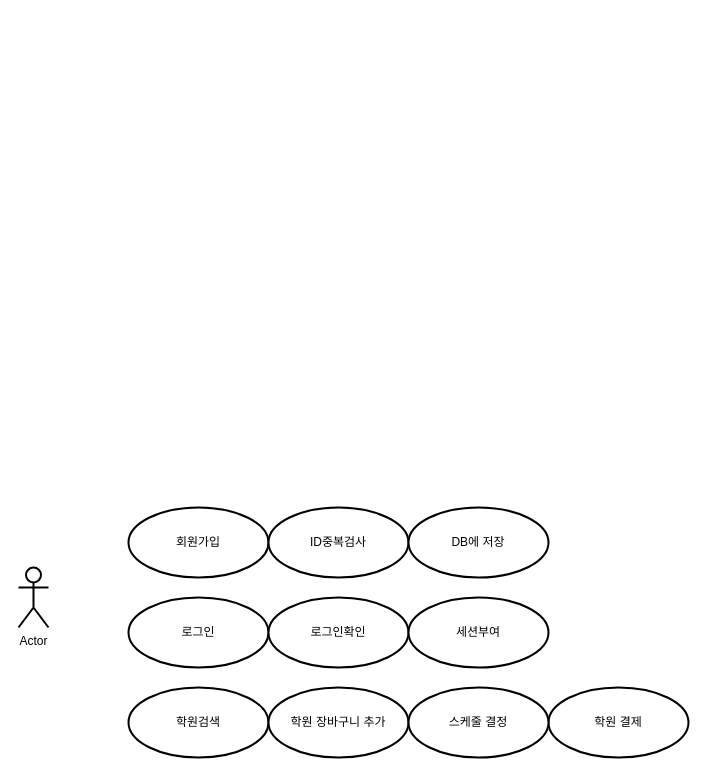
Before: page "레이아웃별, 로그인 회원가입" (3 of 3) of 프로젝트.drawio in minuk0506/BIz_DBMS_2022, a draw.io diagram. Source tidied: cells renumbered, new cells numbered last; positions are measured from the earlier drawing's top-left corner, leaving out a move shared by most shapes. Both pictures are drawn from the tidied source at 100%, with x=0, y=0 at pixel (18, 507).
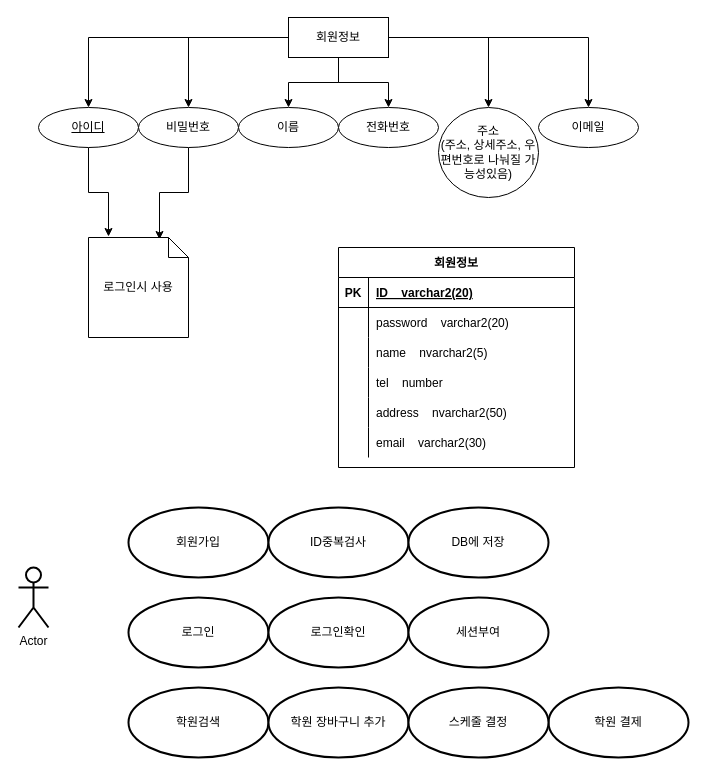
The same page after the edit.

The edit, as a diff of the source:
```diff
@@
+    <mxCell id="13" style="edgeStyle=orthogonalEdgeStyle;rounded=0;jettySize=auto;html=1;entryX=0.5;entryY=0;entryDx=0;entryDy=0;" parent="1" edge="1" source="19" target="21">
+      <mxGeometry relative="1" as="geometry" />
+    </mxCell>
+    <mxCell id="14" style="edgeStyle=orthogonalEdgeStyle;rounded=0;jettySize=auto;html=1;entryX=0.5;entryY=0;entryDx=0;entryDy=0;" parent="1" edge="1" source="19" target="27">
+      <mxGeometry relative="1" as="geometry" />
+    </mxCell>
+    <mxCell id="15" style="edgeStyle=orthogonalEdgeStyle;rounded=0;jettySize=auto;html=1;entryX=0.5;entryY=0;entryDx=0;entryDy=0;" parent="1" edge="1" source="19" target="23">
+      <mxGeometry relative="1" as="geometry" />
+    </mxCell>
+    <mxCell id="16" style="edgeStyle=orthogonalEdgeStyle;rounded=0;jettySize=auto;html=1;entryX=0.5;entryY=0;entryDx=0;entryDy=0;" parent="1" edge="1" source="19" target="26">
+      <mxGeometry relative="1" as="geometry" />
+    </mxCell>
+    <mxCell id="17" style="edgeStyle=orthogonalEdgeStyle;rounded=0;jettySize=auto;html=1;entryX=0.5;entryY=0;entryDx=0;entryDy=0;" parent="1" edge="1" source="19" target="24">
+      <mxGeometry relative="1" as="geometry" />
+    </mxCell>
+    <mxCell id="18" style="edgeStyle=orthogonalEdgeStyle;rounded=0;jettySize=auto;html=1;entryX=0.5;entryY=0;entryDx=0;entryDy=0;" parent="1" edge="1" source="19" target="25">
+      <mxGeometry relative="1" as="geometry" />
+    </mxCell>
+    <mxCell id="19" value="회원정보" style="whiteSpace=wrap;html=1;align=center;" parent="1" vertex="1">
+      <mxGeometry x="270" y="-490" width="100" height="40" as="geometry" />
+    </mxCell>
+    <mxCell id="20" style="edgeStyle=orthogonalEdgeStyle;rounded=0;jettySize=auto;html=1;entryX=0.2;entryY=-0.01;entryDx=0;entryDy=0;entryPerimeter=0;" parent="1" edge="1" source="21" target="28">
+      <mxGeometry relative="1" as="geometry" />
+    </mxCell>
+    <mxCell id="21" value="아이디" style="ellipse;whiteSpace=wrap;html=1;align=center;fontStyle=4;" parent="1" vertex="1">
+      <mxGeometry x="20" y="-400" width="100" height="40" as="geometry" />
+    </mxCell>
+    <mxCell id="22" style="edgeStyle=orthogonalEdgeStyle;rounded=0;jettySize=auto;html=1;entryX=0.71;entryY=0.02;entryDx=0;entryDy=0;entryPerimeter=0;" parent="1" edge="1" source="23" target="28">
+      <mxGeometry relative="1" as="geometry" />
+    </mxCell>
+    <mxCell id="23" value="비밀번호" style="ellipse;whiteSpace=wrap;html=1;align=center;" parent="1" vertex="1">
+      <mxGeometry x="120" y="-400" width="100" height="40" as="geometry" />
+    </mxCell>
+    <mxCell id="24" value="이름" style="ellipse;whiteSpace=wrap;html=1;align=center;" parent="1" vertex="1">
+      <mxGeometry x="220" y="-400" width="100" height="40" as="geometry" />
+    </mxCell>
+    <mxCell id="25" value="전화번호" style="ellipse;whiteSpace=wrap;html=1;align=center;" parent="1" vertex="1">
+      <mxGeometry x="320" y="-400" width="100" height="40" as="geometry" />
+    </mxCell>
+    <mxCell id="26" value="주소&lt;br&gt;(주소, 상세주소, 우편번호로 나눠질 가능성있음)" style="ellipse;whiteSpace=wrap;html=1;align=center;" parent="1" vertex="1">
+      <mxGeometry x="420" y="-400" width="100" height="90" as="geometry" />
+    </mxCell>
+    <mxCell id="27" value="이메일" style="ellipse;whiteSpace=wrap;html=1;align=center;" parent="1" vertex="1">
+      <mxGeometry x="520" y="-400" width="100" height="40" as="geometry" />
+    </mxCell>
+    <mxCell id="28" value="로그인시 사용" style="shape=note;size=20;whiteSpace=wrap;html=1;" parent="1" vertex="1">
+      <mxGeometry x="70" y="-270" width="100" height="100" as="geometry" />
+    </mxCell>
+    <mxCell id="29" value="회원정보" style="shape=table;startSize=30;childLayout=tableLayout;rowLines=0;fontStyle=1;align=center;" parent="1" vertex="1">
+      <mxGeometry x="320" y="-260" width="236" height="220" as="geometry" />
+    </mxCell>
+    <mxCell id="30" style="shape=tableRow;horizontal=0;startSize=0;swimlaneHead=0;swimlaneBody=0;fillColor=none;top=0;left=0;right=0;bottom=1;" parent="29" vertex="1">
+      <mxGeometry y="30" width="236" height="30" as="geometry" />
+    </mxCell>
+    <mxCell id="31" value="PK" style="shape=partialRectangle;fillColor=none;top=0;left=0;bottom=0;right=0;fontStyle=1;overflow=hidden;" parent="30" vertex="1">
+      <mxGeometry width="30" height="30" as="geometry" />
+    </mxCell>
+    <mxCell id="32" value="ID    varchar2(20)" style="shape=partialRectangle;fillColor=none;top=0;left=0;bottom=0;right=0;align=left;spacingLeft=6;fontStyle=5;overflow=hidden;" parent="30" vertex="1">
+      <mxGeometry x="30" width="206" height="30" as="geometry" />
+    </mxCell>
+    <mxCell id="33" style="shape=tableRow;horizontal=0;startSize=0;swimlaneHead=0;swimlaneBody=0;fillColor=none;top=0;left=0;right=0;bottom=0;" parent="29" vertex="1">
+      <mxGeometry y="60" width="236" height="30" as="geometry" />
+    </mxCell>
+    <mxCell id="34" style="shape=partialRectangle;fillColor=none;top=0;left=0;bottom=0;right=0;overflow=hidden;" parent="33" vertex="1">
+      <mxGeometry width="30" height="30" as="geometry" />
+    </mxCell>
+    <mxCell id="35" value="password    varchar2(20)" style="shape=partialRectangle;fillColor=none;top=0;left=0;bottom=0;right=0;align=left;spacingLeft=6;overflow=hidden;" parent="33" vertex="1">
+      <mxGeometry x="30" width="206" height="30" as="geometry" />
+    </mxCell>
+    <mxCell id="36" style="shape=tableRow;horizontal=0;startSize=0;swimlaneHead=0;swimlaneBody=0;fillColor=none;top=0;left=0;right=0;bottom=0;" parent="29" vertex="1">
+      <mxGeometry y="90" width="236" height="30" as="geometry" />
+    </mxCell>
+    <mxCell id="37" style="shape=partialRectangle;fillColor=none;top=0;left=0;bottom=0;right=0;overflow=hidden;" parent="36" vertex="1">
+      <mxGeometry width="30" height="30" as="geometry" />
+    </mxCell>
+    <mxCell id="38" value="name    nvarchar2(5)" style="shape=partialRectangle;fillColor=none;top=0;left=0;bottom=0;right=0;align=left;spacingLeft=6;overflow=hidden;" parent="36" vertex="1">
+      <mxGeometry x="30" width="206" height="30" as="geometry" />
+    </mxCell>
+    <mxCell id="39" style="shape=tableRow;horizontal=0;startSize=0;swimlaneHead=0;swimlaneBody=0;fillColor=none;top=0;left=0;right=0;bottom=0;" parent="29" vertex="1">
+      <mxGeometry y="120" width="236" height="30" as="geometry" />
+    </mxCell>
+    <mxCell id="40" style="shape=partialRectangle;fillColor=none;top=0;left=0;bottom=0;right=0;overflow=hidden;" parent="39" vertex="1">
+      <mxGeometry width="30" height="30" as="geometry" />
+    </mxCell>
+    <mxCell id="41" value="tel    number" style="shape=partialRectangle;fillColor=none;top=0;left=0;bottom=0;right=0;align=left;spacingLeft=6;overflow=hidden;" parent="39" vertex="1">
+      <mxGeometry x="30" width="206" height="30" as="geometry" />
+    </mxCell>
+    <mxCell id="42" style="shape=tableRow;horizontal=0;startSize=0;swimlaneHead=0;swimlaneBody=0;fillColor=none;top=0;left=0;right=0;bottom=0;" parent="29" vertex="1">
+      <mxGeometry y="150" width="236" height="30" as="geometry" />
+    </mxCell>
+    <mxCell id="43" style="shape=partialRectangle;fillColor=none;top=0;left=0;bottom=0;right=0;overflow=hidden;" parent="42" vertex="1">
+      <mxGeometry width="30" height="30" as="geometry" />
+    </mxCell>
+    <mxCell id="44" value="address    nvarchar2(50)" style="shape=partialRectangle;fillColor=none;top=0;left=0;bottom=0;right=0;align=left;spacingLeft=6;overflow=hidden;" parent="42" vertex="1">
+      <mxGeometry x="30" width="206" height="30" as="geometry" />
+    </mxCell>
+    <mxCell id="45" style="shape=tableRow;horizontal=0;startSize=0;swimlaneHead=0;swimlaneBody=0;fillColor=none;top=0;left=0;right=0;bottom=0;" parent="29" vertex="1">
+      <mxGeometry y="180" width="236" height="30" as="geometry" />
+    </mxCell>
+    <mxCell id="46" style="shape=partialRectangle;fillColor=none;top=0;left=0;bottom=0;right=0;overflow=hidden;" parent="45" vertex="1">
+      <mxGeometry width="30" height="30" as="geometry" />
+    </mxCell>
+    <mxCell id="47" value="email    varchar2(30)" style="shape=partialRectangle;fillColor=none;top=0;left=0;bottom=0;right=0;align=left;spacingLeft=6;overflow=hidden;" parent="45" vertex="1">
+      <mxGeometry x="30" width="206" height="30" as="geometry" />
+    </mxCell>
```
